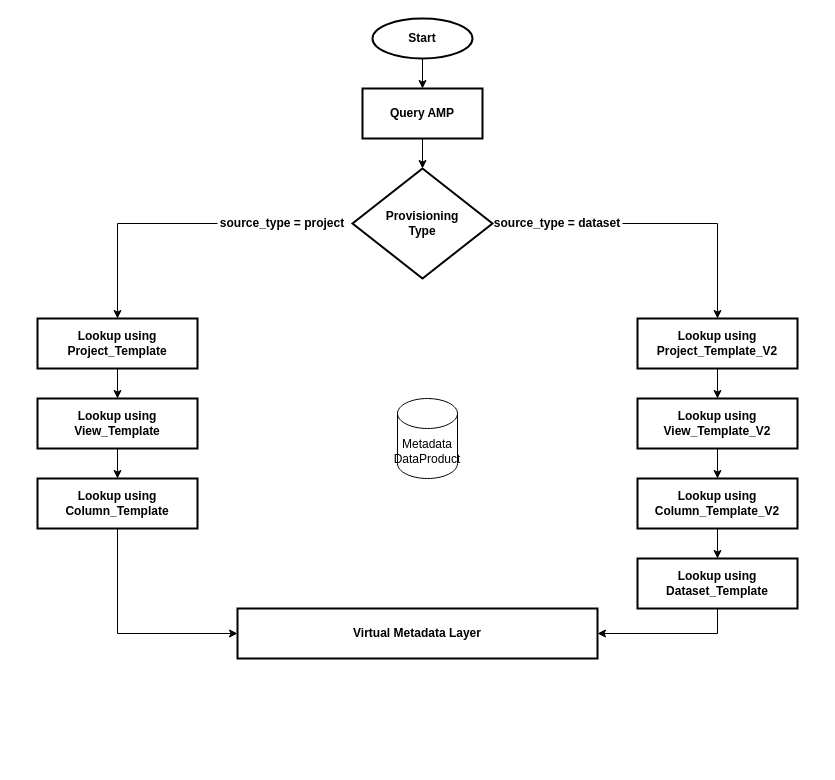
Above: Metadata_Dataflow.drawio in zikzakjack/draw.io (draw.io), before the change. Source tidied: cells renumbered, new cells numbered last; positions are measured from the earlier drawing's top-left corner, leaving out a move shared by most shapes. Both pictures are drawn from the tidied source at 100%, with x=0, y=0 at pixel (37, 18).
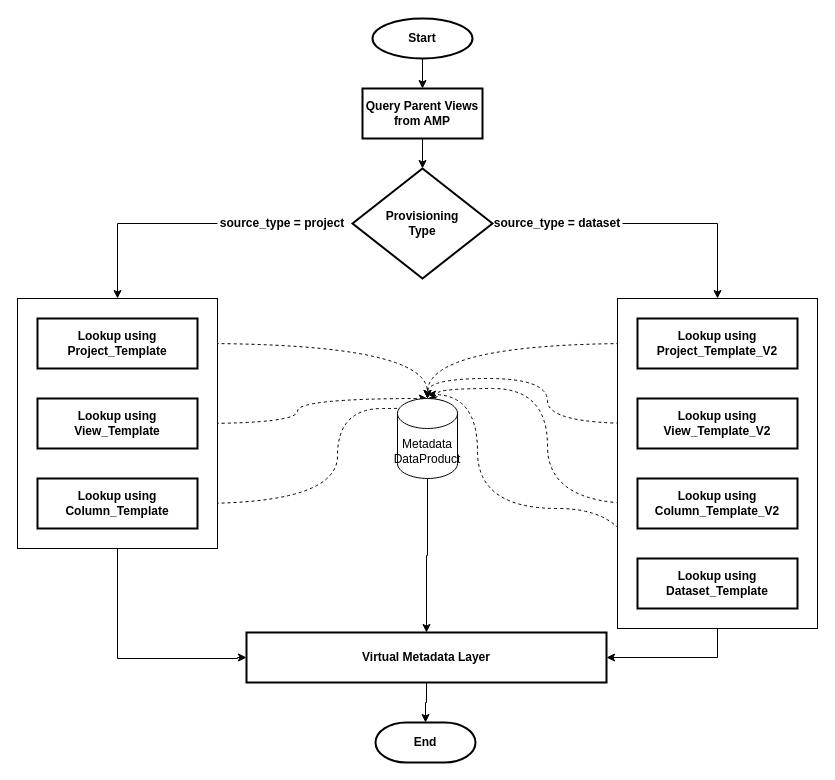
After the change.

The change refers to these unchanged cells:
```xml
<mxCell id="8" value="&lt;b&gt;source_type = project&lt;/b&gt;" style="text;html=1;strokeColor=none;fillColor=none;align=center;verticalAlign=middle;whiteSpace=wrap;rounded=0;" parent="1" vertex="1">
  <mxGeometry x="180" y="190" width="130" height="30" as="geometry" />
</mxCell>
<mxCell id="10" value="&lt;b&gt;source_type = dataset&lt;/b&gt;" style="text;html=1;strokeColor=none;fillColor=none;align=center;verticalAlign=middle;whiteSpace=wrap;rounded=0;" parent="1" vertex="1">
  <mxGeometry x="455" y="190" width="130" height="30" as="geometry" />
</mxCell>
```

Diff of the diagram source:
```diff
@@
-    <mxCell id="6" value="&lt;font size=&quot;1&quot;&gt;&lt;b style=&quot;font-size: 12px;&quot;&gt;Query AMP&lt;/b&gt;&lt;/font&gt;" style="rounded=1;whiteSpace=wrap;html=1;absoluteArcSize=1;arcSize=0;strokeWidth=2;" parent="1" vertex="1">
+    <mxCell id="6" value="&lt;font size=&quot;1&quot;&gt;&lt;b style=&quot;font-size: 12px;&quot;&gt;Query Parent Views from AMP&lt;/b&gt;&lt;/font&gt;" style="rounded=1;whiteSpace=wrap;html=1;absoluteArcSize=1;arcSize=0;strokeWidth=2;" parent="1" vertex="1">
       <mxGeometry x="325" y="70" width="120" height="50" as="geometry" />
     </mxCell>
-    <mxCell id="7" style="edgeStyle=orthogonalEdgeStyle;rounded=0;jettySize=auto;html=1;entryX=0.5;entryY=0;entryDx=0;entryDy=0;" parent="1" edge="1" source="8" target="12">
-      <mxGeometry relative="1" as="geometry" />
+    <mxCell id="7" style="edgeStyle=orthogonalEdgeStyle;rounded=0;jettySize=auto;html=1;entryX=0.5;entryY=0;entryDx=0;entryDy=0;" parent="1" edge="1" source="8" target="38">
+      <mxGeometry relative="1" as="geometry">
+        <Array as="points">
+          <mxPoint x="80" y="205" />
+        </Array>
+      </mxGeometry>
     </mxCell>
@@
-    <mxCell id="9" style="edgeStyle=orthogonalEdgeStyle;rounded=0;jettySize=auto;html=1;entryX=0.5;entryY=0;entryDx=0;entryDy=0;" parent="1" edge="1" source="10" target="18">
-      <mxGeometry relative="1" as="geometry" />
+    <mxCell id="9" style="edgeStyle=orthogonalEdgeStyle;rounded=0;jettySize=auto;html=1;entryX=0.5;entryY=0;entryDx=0;entryDy=0;" parent="1" edge="1" source="10" target="40">
+      <mxGeometry relative="1" as="geometry">
+        <Array as="points">
+          <mxPoint x="680" y="205" />
+        </Array>
+      </mxGeometry>
     </mxCell>
@@
-    <mxCell id="11" style="edgeStyle=orthogonalEdgeStyle;rounded=0;jettySize=auto;html=1;exitX=0.5;exitY=1;exitDx=0;exitDy=0;" parent="1" edge="1" source="12" target="14">
-      <mxGeometry relative="1" as="geometry" />
-    </mxCell>
+    <mxCell id="27" style="edgeStyle=orthogonalEdgeStyle;jettySize=auto;html=1;exitX=1;exitY=0.5;exitDx=0;exitDy=0;entryX=0.5;entryY=0;entryDx=0;entryDy=0;entryPerimeter=0;curved=1;dashed=1;" parent="1" edge="1" source="12" target="26">
+      <mxGeometry relative="1" as="geometry" />
+    </mxCell>
+    <mxCell id="28" style="edgeStyle=orthogonalEdgeStyle;jettySize=auto;html=1;exitX=1;exitY=0.5;exitDx=0;exitDy=0;curved=1;dashed=1;" parent="1" edge="1" source="14">
+      <mxGeometry relative="1" as="geometry">
+        <mxPoint x="390" y="380" as="targetPoint" />
+        <Array as="points">
+          <mxPoint x="260" y="405" />
+          <mxPoint x="260" y="380" />
+        </Array>
+      </mxGeometry>
+    </mxCell>
+    <mxCell id="15" style="edgeStyle=orthogonalEdgeStyle;rounded=0;jettySize=auto;html=1;entryX=0;entryY=0.5;entryDx=0;entryDy=0;" parent="1" edge="1" target="25">
+      <mxGeometry relative="1" as="geometry">
+        <mxPoint x="80" y="530" as="sourcePoint" />
+        <Array as="points">
+          <mxPoint x="80" y="640" />
+          <mxPoint x="200" y="640" />
+        </Array>
+      </mxGeometry>
+    </mxCell>
+    <mxCell id="29" style="edgeStyle=orthogonalEdgeStyle;jettySize=auto;html=1;exitX=1;exitY=0.5;exitDx=0;exitDy=0;entryX=0.5;entryY=0;entryDx=0;entryDy=0;entryPerimeter=0;curved=1;dashed=1;" parent="1" edge="1" source="16" target="26">
+      <mxGeometry relative="1" as="geometry">
+        <Array as="points">
+          <mxPoint x="300" y="485" />
+          <mxPoint x="300" y="390" />
+          <mxPoint x="390" y="390" />
+        </Array>
+      </mxGeometry>
+    </mxCell>
+    <mxCell id="30" style="edgeStyle=orthogonalEdgeStyle;jettySize=auto;html=1;exitX=0;exitY=0.5;exitDx=0;exitDy=0;entryX=0.5;entryY=0;entryDx=0;entryDy=0;entryPerimeter=0;curved=1;dashed=1;" parent="1" edge="1" source="18" target="26">
+      <mxGeometry relative="1" as="geometry" />
+    </mxCell>
+    <mxCell id="31" style="edgeStyle=orthogonalEdgeStyle;jettySize=auto;html=1;exitX=0;exitY=0.5;exitDx=0;exitDy=0;entryX=0.5;entryY=0;entryDx=0;entryDy=0;entryPerimeter=0;curved=1;dashed=1;" parent="1" edge="1" source="20" target="26">
+      <mxGeometry relative="1" as="geometry" />
+    </mxCell>
+    <mxCell id="32" style="edgeStyle=orthogonalEdgeStyle;jettySize=auto;html=1;exitX=0;exitY=0.5;exitDx=0;exitDy=0;entryX=0.5;entryY=0;entryDx=0;entryDy=0;entryPerimeter=0;curved=1;dashed=1;" parent="1" edge="1" source="22" target="26">
+      <mxGeometry relative="1" as="geometry">
+        <Array as="points">
+          <mxPoint x="510" y="485" />
+          <mxPoint x="510" y="370" />
+          <mxPoint x="400" y="370" />
+          <mxPoint x="400" y="380" />
+        </Array>
+      </mxGeometry>
+    </mxCell>
+    <mxCell id="23" style="edgeStyle=orthogonalEdgeStyle;rounded=0;jettySize=auto;html=1;exitX=0.5;exitY=1;exitDx=0;exitDy=0;entryX=1;entryY=0.5;entryDx=0;entryDy=0;" parent="1" edge="1" source="40" target="25">
+      <mxGeometry relative="1" as="geometry" />
+    </mxCell>
+    <mxCell id="33" style="edgeStyle=orthogonalEdgeStyle;jettySize=auto;html=1;exitX=0;exitY=0.5;exitDx=0;exitDy=0;curved=1;dashed=1;" parent="1" edge="1" source="24">
+      <mxGeometry relative="1" as="geometry">
+        <mxPoint x="390" y="376" as="targetPoint" />
+        <Array as="points">
+          <mxPoint x="600" y="490" />
+          <mxPoint x="440" y="490" />
+          <mxPoint x="440" y="376" />
+        </Array>
+      </mxGeometry>
+    </mxCell>
+    <mxCell id="34" style="edgeStyle=orthogonalEdgeStyle;rounded=0;jettySize=auto;html=1;" parent="1" edge="1" source="25" target="36">
+      <mxGeometry relative="1" as="geometry" />
+    </mxCell>
+    <mxCell id="25" value="&lt;div class=&quot;O0&quot;&gt;&lt;b&gt;Virtual Metadata Layer&lt;/b&gt;&lt;/div&gt;" style="rounded=1;whiteSpace=wrap;html=1;absoluteArcSize=1;arcSize=0;strokeWidth=2;" parent="1" vertex="1">
+      <mxGeometry x="209" y="614" width="360" height="50" as="geometry" />
+    </mxCell>
+    <mxCell id="35" style="edgeStyle=orthogonalEdgeStyle;rounded=0;jettySize=auto;html=1;exitX=0.5;exitY=1;exitDx=0;exitDy=0;exitPerimeter=0;" parent="1" edge="1" source="26" target="25">
+      <mxGeometry relative="1" as="geometry" />
+    </mxCell>
+    <mxCell id="26" value="Metadata&lt;br&gt;DataProduct" style="shape=cylinder3;whiteSpace=wrap;html=1;boundedLbl=1;backgroundOutline=1;size=15;" parent="1" vertex="1">
+      <mxGeometry x="360" y="380" width="60" height="80" as="geometry" />
+    </mxCell>
+    <mxCell id="36" value="&lt;b&gt;End&lt;/b&gt;" style="strokeWidth=2;html=1;shape=mxgraph.flowchart.terminator;whiteSpace=wrap;" parent="1" vertex="1">
+      <mxGeometry x="338" y="704" width="100" height="40" as="geometry" />
+    </mxCell>
+    <mxCell id="37" style="group;" parent="1" vertex="1">
+      <mxGeometry y="300" width="180" height="230" as="geometry" />
+    </mxCell>
+    <mxCell id="38" style="rounded=0;whiteSpace=wrap;html=1;" parent="37" vertex="1">
+      <mxGeometry x="-20" y="-20" width="200" height="250" as="geometry" />
+    </mxCell>
-    <mxCell id="12" value="&lt;div class=&quot;O0&quot;&gt;&lt;b&gt;Lookup using Project_Template&lt;/b&gt;&lt;/div&gt;" style="rounded=1;whiteSpace=wrap;html=1;absoluteArcSize=1;arcSize=0;strokeWidth=2;" parent="1" vertex="1">
-      <mxGeometry y="300" width="160" height="50" as="geometry" />
+    <mxCell id="12" value="&lt;div class=&quot;O0&quot;&gt;&lt;b&gt;Lookup using Project_Template&lt;/b&gt;&lt;/div&gt;" style="rounded=1;whiteSpace=wrap;html=1;absoluteArcSize=1;arcSize=0;strokeWidth=2;" parent="37" vertex="1">
+      <mxGeometry width="160" height="50" as="geometry" />
     </mxCell>
-    <mxCell id="13" style="edgeStyle=orthogonalEdgeStyle;rounded=0;jettySize=auto;html=1;exitX=0.5;exitY=1;exitDx=0;exitDy=0;" parent="1" edge="1" source="14" target="16">
-      <mxGeometry relative="1" as="geometry" />
-    </mxCell>
-    <mxCell id="14" value="&lt;div class=&quot;O0&quot;&gt;&lt;b&gt;Lookup using View_Template&lt;/b&gt;&lt;/div&gt;" style="rounded=1;whiteSpace=wrap;html=1;absoluteArcSize=1;arcSize=0;strokeWidth=2;" parent="1" vertex="1">
-      <mxGeometry y="380" width="160" height="50" as="geometry" />
+    <mxCell id="14" value="&lt;div class=&quot;O0&quot;&gt;&lt;b&gt;Lookup using View_Template&lt;/b&gt;&lt;/div&gt;" style="rounded=1;whiteSpace=wrap;html=1;absoluteArcSize=1;arcSize=0;strokeWidth=2;" parent="37" vertex="1">
+      <mxGeometry y="80" width="160" height="50" as="geometry" />
     </mxCell>
-    <mxCell id="15" style="edgeStyle=orthogonalEdgeStyle;rounded=0;jettySize=auto;html=1;exitX=0.5;exitY=1;exitDx=0;exitDy=0;entryX=0;entryY=0.5;entryDx=0;entryDy=0;" parent="1" edge="1" source="16" target="25">
-      <mxGeometry relative="1" as="geometry" />
-    </mxCell>
-    <mxCell id="16" value="&lt;div class=&quot;O0&quot;&gt;&lt;b&gt;Lookup using Column_Template&lt;/b&gt;&lt;/div&gt;" style="rounded=1;whiteSpace=wrap;html=1;absoluteArcSize=1;arcSize=0;strokeWidth=2;" parent="1" vertex="1">
-      <mxGeometry y="460" width="160" height="50" as="geometry" />
+    <mxCell id="16" value="&lt;div class=&quot;O0&quot;&gt;&lt;b&gt;Lookup using Column_Template&lt;/b&gt;&lt;/div&gt;" style="rounded=1;whiteSpace=wrap;html=1;absoluteArcSize=1;arcSize=0;strokeWidth=2;" parent="37" vertex="1">
+      <mxGeometry y="160" width="160" height="50" as="geometry" />
     </mxCell>
-    <mxCell id="17" style="edgeStyle=orthogonalEdgeStyle;rounded=0;jettySize=auto;html=1;exitX=0.5;exitY=1;exitDx=0;exitDy=0;entryX=0.5;entryY=0;entryDx=0;entryDy=0;" parent="1" edge="1" source="18" target="20">
-      <mxGeometry relative="1" as="geometry" />
-    </mxCell>
+    <mxCell id="39" style="group;" parent="1" vertex="1">
+      <mxGeometry x="600" y="300" width="180" height="310" as="geometry" />
+    </mxCell>
+    <mxCell id="40" style="rounded=0;whiteSpace=wrap;html=1;" parent="39" vertex="1">
+      <mxGeometry x="-20" y="-20" width="200" height="330" as="geometry" />
+    </mxCell>
-    <mxCell id="18" value="&lt;div class=&quot;O0&quot;&gt;&lt;b&gt;Lookup using Project_Template_V2&lt;/b&gt;&lt;/div&gt;" style="rounded=1;whiteSpace=wrap;html=1;absoluteArcSize=1;arcSize=0;strokeWidth=2;" parent="1" vertex="1">
-      <mxGeometry x="600" y="300" width="160" height="50" as="geometry" />
+    <mxCell id="18" value="&lt;div class=&quot;O0&quot;&gt;&lt;b&gt;Lookup using Project_Template_V2&lt;/b&gt;&lt;/div&gt;" style="rounded=1;whiteSpace=wrap;html=1;absoluteArcSize=1;arcSize=0;strokeWidth=2;" parent="39" vertex="1">
+      <mxGeometry width="160" height="50" as="geometry" />
     </mxCell>
-    <mxCell id="19" style="edgeStyle=orthogonalEdgeStyle;rounded=0;jettySize=auto;html=1;exitX=0.5;exitY=1;exitDx=0;exitDy=0;entryX=0.5;entryY=0;entryDx=0;entryDy=0;" parent="1" edge="1" source="20" target="22">
-      <mxGeometry relative="1" as="geometry" />
-    </mxCell>
-    <mxCell id="20" value="&lt;div class=&quot;O0&quot;&gt;&lt;b&gt;Lookup using View_Template_V2&lt;/b&gt;&lt;/div&gt;" style="rounded=1;whiteSpace=wrap;html=1;absoluteArcSize=1;arcSize=0;strokeWidth=2;" parent="1" vertex="1">
-      <mxGeometry x="600" y="380" width="160" height="50" as="geometry" />
+    <mxCell id="20" value="&lt;div class=&quot;O0&quot;&gt;&lt;b&gt;Lookup using View_Template_V2&lt;/b&gt;&lt;/div&gt;" style="rounded=1;whiteSpace=wrap;html=1;absoluteArcSize=1;arcSize=0;strokeWidth=2;" parent="39" vertex="1">
+      <mxGeometry y="80" width="160" height="50" as="geometry" />
     </mxCell>
-    <mxCell id="21" style="edgeStyle=orthogonalEdgeStyle;rounded=0;jettySize=auto;html=1;exitX=0.5;exitY=1;exitDx=0;exitDy=0;entryX=0.5;entryY=0;entryDx=0;entryDy=0;" parent="1" edge="1" source="22" target="24">
-      <mxGeometry relative="1" as="geometry" />
-    </mxCell>
-    <mxCell id="22" value="&lt;div class=&quot;O0&quot;&gt;&lt;b&gt;Lookup using Column_Template_V2&lt;/b&gt;&lt;/div&gt;" style="rounded=1;whiteSpace=wrap;html=1;absoluteArcSize=1;arcSize=0;strokeWidth=2;" parent="1" vertex="1">
-      <mxGeometry x="600" y="460" width="160" height="50" as="geometry" />
+    <mxCell id="22" value="&lt;div class=&quot;O0&quot;&gt;&lt;b&gt;Lookup using Column_Template_V2&lt;/b&gt;&lt;/div&gt;" style="rounded=1;whiteSpace=wrap;html=1;absoluteArcSize=1;arcSize=0;strokeWidth=2;" parent="39" vertex="1">
+      <mxGeometry y="160" width="160" height="50" as="geometry" />
     </mxCell>
-    <mxCell id="23" style="edgeStyle=orthogonalEdgeStyle;rounded=0;jettySize=auto;html=1;exitX=0.5;exitY=1;exitDx=0;exitDy=0;entryX=1;entryY=0.5;entryDx=0;entryDy=0;" parent="1" edge="1" source="24" target="25">
-      <mxGeometry relative="1" as="geometry" />
-    </mxCell>
-    <mxCell id="24" value="&lt;div class=&quot;O0&quot;&gt;&lt;b&gt;Lookup using Dataset_Template&lt;/b&gt;&lt;/div&gt;" style="rounded=1;whiteSpace=wrap;html=1;absoluteArcSize=1;arcSize=0;strokeWidth=2;" parent="1" vertex="1">
-      <mxGeometry x="600" y="540" width="160" height="50" as="geometry" />
+    <mxCell id="24" value="&lt;div class=&quot;O0&quot;&gt;&lt;b&gt;Lookup using Dataset_Template&lt;/b&gt;&lt;/div&gt;" style="rounded=1;whiteSpace=wrap;html=1;absoluteArcSize=1;arcSize=0;strokeWidth=2;" parent="39" vertex="1">
+      <mxGeometry y="240" width="160" height="50" as="geometry" />
     </mxCell>
-    <mxCell id="25" value="&lt;div class=&quot;O0&quot;&gt;&lt;b&gt;Virtual Metadata Layer&lt;/b&gt;&lt;/div&gt;" style="rounded=1;whiteSpace=wrap;html=1;absoluteArcSize=1;arcSize=0;strokeWidth=2;" parent="1" vertex="1">
-      <mxGeometry x="200" y="590" width="360" height="50" as="geometry" />
-    </mxCell>
-    <mxCell id="26" value="Metadata&lt;br&gt;DataProduct" style="shape=cylinder3;whiteSpace=wrap;html=1;boundedLbl=1;backgroundOutline=1;size=15;" parent="1" vertex="1">
-      <mxGeometry x="360" y="380" width="60" height="80" as="geometry" />
-    </mxCell>
```
